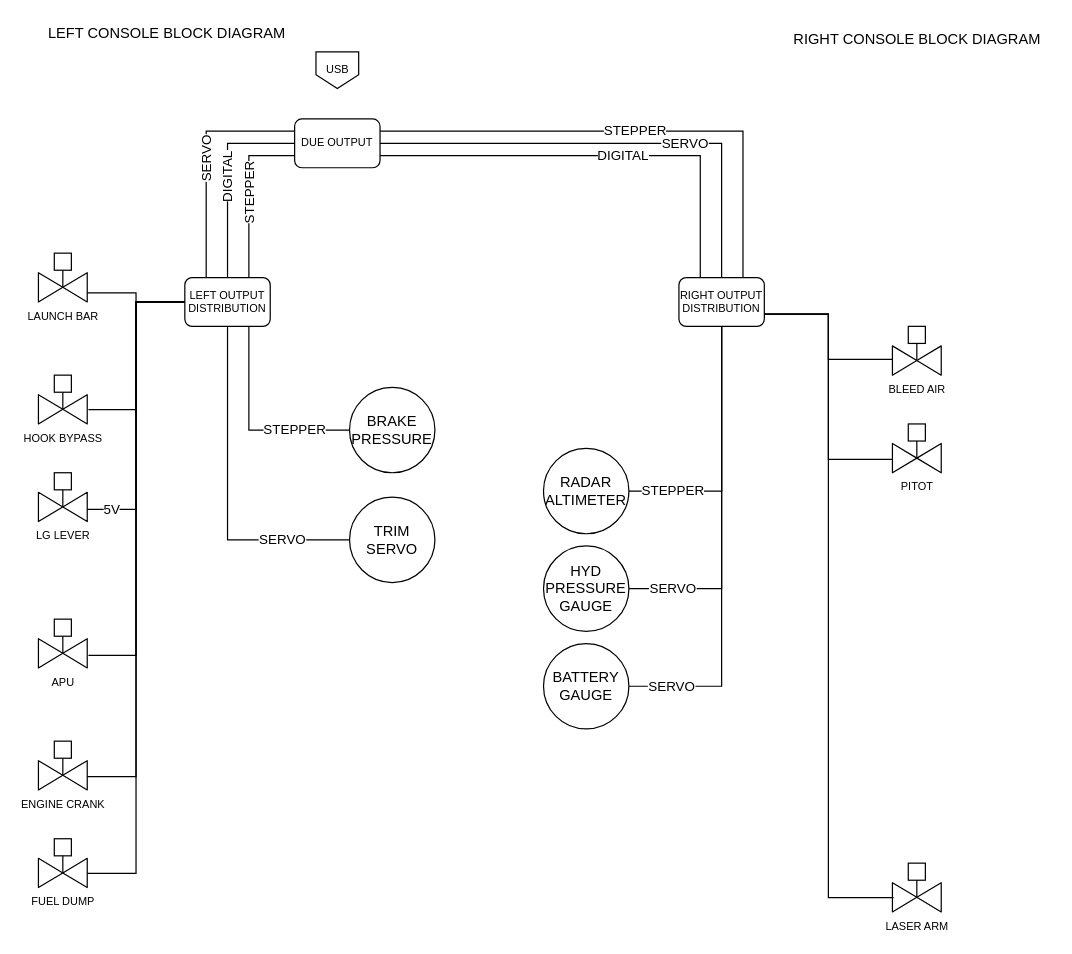
Before: page "BLOCK DIAGRAM" (6 of 7) of Hornet Documentation/Hornet High-Level Connectivity .drawio in bnepethomas/bne-arduino-flight-simulator-interfaces, a draw.io diagram. Source tidied: cells renumbered, new cells numbered last; positions are measured from the earlier drawing's top-left corner, leaving out a move shared by most shapes. Both pictures are drawn from the tidied source at 122%, with x=0, y=0 at pixel (38, 21).
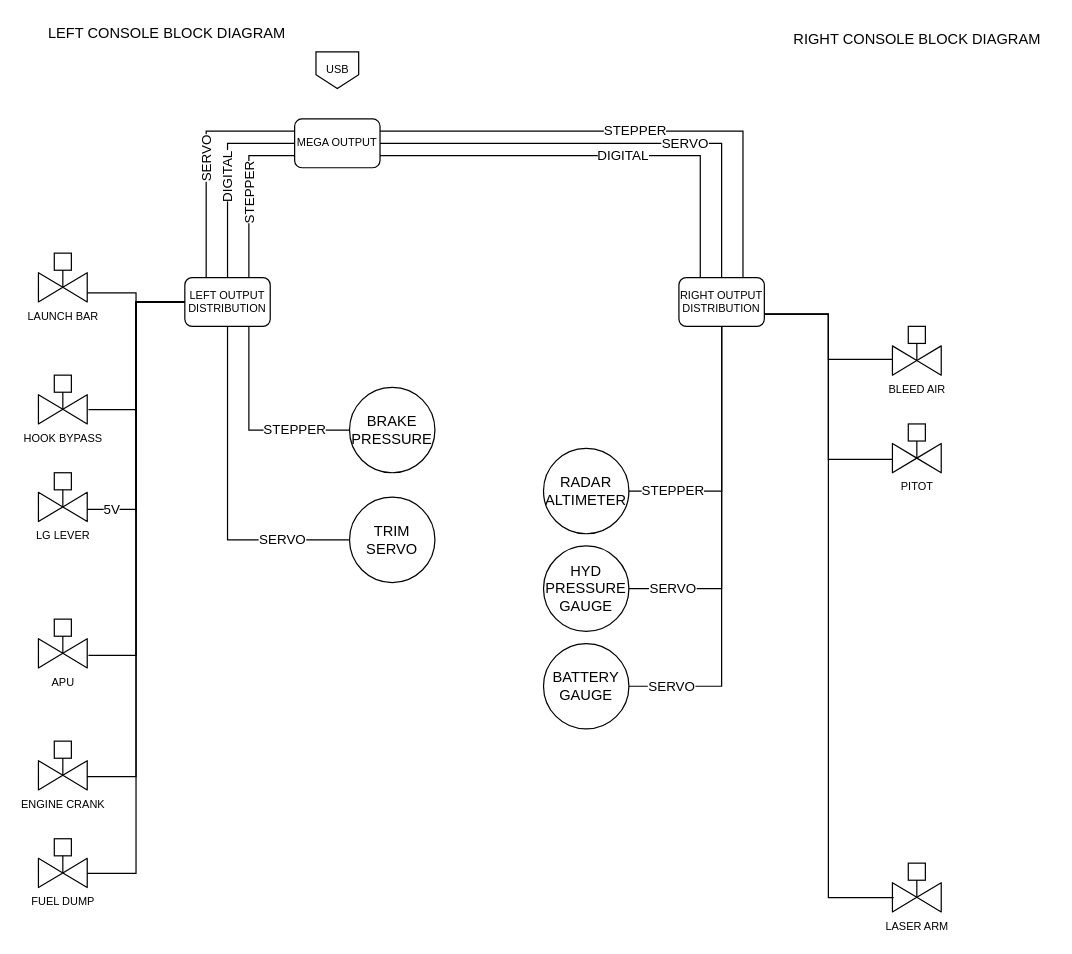
The same diagram, later.

Commit message (it also covers changes not shown here):
SPLIT DUE TO MEGA AND DUE

Change to the diagram source:
```diff
@@
-    <mxCell id="20" value="DUE OUTPUT" style="rounded=1;whiteSpace=wrap;html=1;fontSize=9;" parent="1" vertex="1">
+    <mxCell id="20" value="MEGA OUTPUT" style="rounded=1;whiteSpace=wrap;html=1;fontSize=9;" parent="1" vertex="1">
       <mxGeometry x="210" y="80" width="70" height="40" as="geometry" />
     </mxCell>
```
